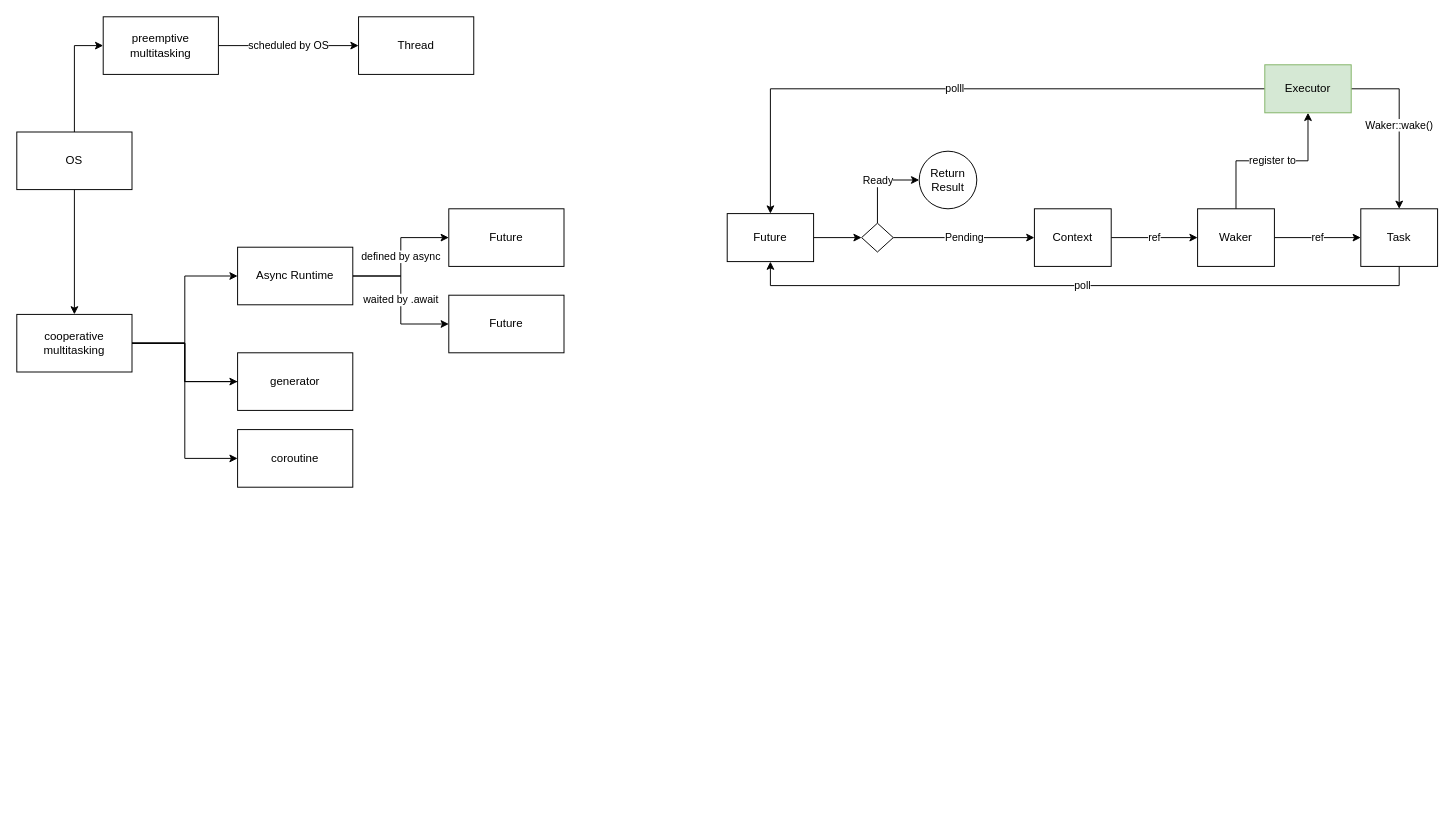
gftea/rust_lang_notes keeps this draw.io diagram as page "Concurrency" (7 of 8) of advanced.drawio. Above is the earlier version. Source tidied: cells renumbered, new cells numbered last; positions are measured from the earlier drawing's top-left corner, leaving out a move shared by most shapes. Both pictures are drawn from the tidied source at 96%, with x=0, y=0 at pixel (16, 16).
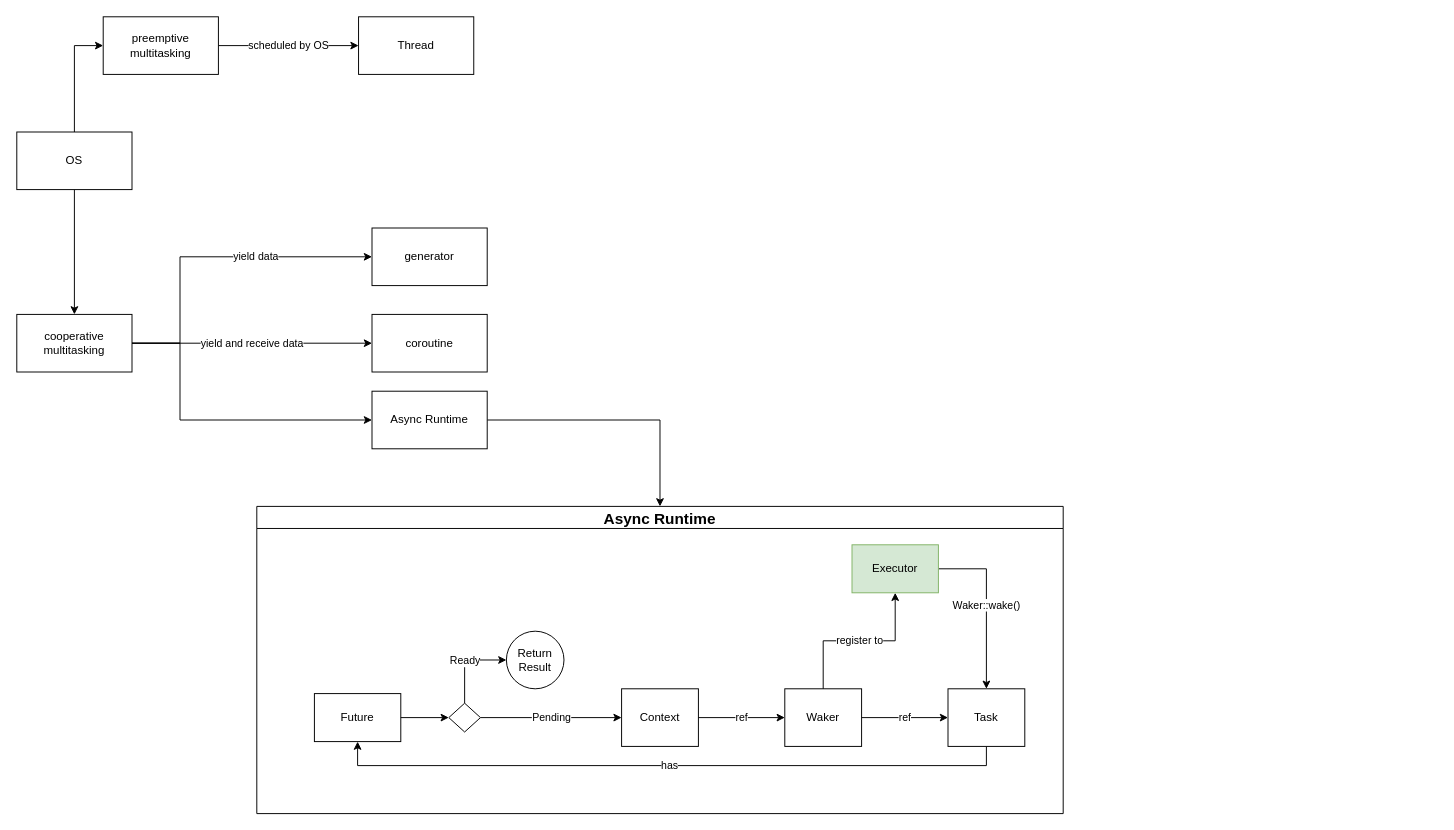
Above is the later version.

The change refers to these unchanged cells:
```xml
<mxCell id="17" value="cooperative multitasking" style="rounded=0;whiteSpace=wrap;html=1;" parent="1" vertex="1">
  <mxGeometry y="310" width="120" height="60" as="geometry" />
</mxCell>
```

What changed in the source:
```diff
@@
     <mxCell id="3" value="coroutine" style="rounded=0;whiteSpace=wrap;html=1;" parent="1" vertex="1">
-      <mxGeometry x="230" y="430" width="120" height="60" as="geometry" />
+      <mxGeometry x="370" y="310" width="120" height="60" as="geometry" />
     </mxCell>
-    <mxCell id="4" style="edgeStyle=orthogonalEdgeStyle;rounded=0;jettySize=auto;html=1;entryX=0;entryY=0.5;entryDx=0;entryDy=0;" parent="1" edge="1" source="5" target="30">
-      <mxGeometry relative="1" as="geometry" />
-    </mxCell>
-    <mxCell id="5" value="Future" style="rounded=0;whiteSpace=wrap;html=1;" parent="1" vertex="1">
-      <mxGeometry x="740" y="205" width="90" height="50" as="geometry" />
-    </mxCell>
@@
-    <mxCell id="11" value="defined by async" style="edgeStyle=orthogonalEdgeStyle;rounded=0;jettySize=auto;html=1;entryX=0;entryY=0.5;entryDx=0;entryDy=0;" parent="1" edge="1" source="13" target="32">
-      <mxGeometry relative="1" as="geometry" />
-    </mxCell>
-    <mxCell id="12" value="waited by .await" style="edgeStyle=orthogonalEdgeStyle;rounded=0;jettySize=auto;html=1;entryX=0;entryY=0.5;entryDx=0;entryDy=0;" parent="1" edge="1" source="13" target="20">
-      <mxGeometry relative="1" as="geometry" />
-    </mxCell>
+    <mxCell id="36" style="edgeStyle=orthogonalEdgeStyle;rounded=0;jettySize=auto;html=1;entryX=0.5;entryY=0;entryDx=0;entryDy=0;fontSize=16;exitX=1;exitY=0.5;exitDx=0;exitDy=0;" parent="1" edge="1" source="13" target="39">
+      <mxGeometry relative="1" as="geometry" />
+    </mxCell>
     <mxCell id="13" value="Async Runtime" style="rounded=0;whiteSpace=wrap;html=1;" parent="1" vertex="1">
-      <mxGeometry x="230" y="240" width="120" height="60" as="geometry" />
+      <mxGeometry x="370" y="390" width="120" height="60" as="geometry" />
     </mxCell>
-    <mxCell id="14" style="edgeStyle=orthogonalEdgeStyle;rounded=0;jettySize=auto;html=1;entryX=0;entryY=0.5;entryDx=0;entryDy=0;startArrow=none;exitX=1;exitY=0.5;exitDx=0;exitDy=0;" parent="1" edge="1" source="17" target="3">
+    <mxCell id="14" value="yield and receive data" style="edgeStyle=orthogonalEdgeStyle;rounded=0;jettySize=auto;html=1;entryX=0;entryY=0.5;entryDx=0;entryDy=0;startArrow=none;exitX=1;exitY=0.5;exitDx=0;exitDy=0;" parent="1" edge="1" source="17" target="3">
       <mxGeometry relative="1" as="geometry" />
     </mxCell>
-    <mxCell id="15" style="edgeStyle=orthogonalEdgeStyle;rounded=0;jettySize=auto;html=1;entryX=0;entryY=0.5;entryDx=0;entryDy=0;" parent="1" edge="1" source="17" target="18">
-      <mxGeometry relative="1" as="geometry" />
+    <mxCell id="15" value="yield data" style="edgeStyle=orthogonalEdgeStyle;rounded=0;jettySize=auto;html=1;entryX=0;entryY=0.5;entryDx=0;entryDy=0;" parent="1" edge="1" source="17" target="18">
+      <mxGeometry x="0.29" relative="1" as="geometry">
+        <Array as="points">
+          <mxPoint x="170" y="340" />
+          <mxPoint x="170" y="250" />
+        </Array>
+      </mxGeometry>
     </mxCell>
     <mxCell id="16" style="edgeStyle=orthogonalEdgeStyle;rounded=0;jettySize=auto;html=1;entryX=0;entryY=0.5;entryDx=0;entryDy=0;" parent="1" edge="1" source="17" target="13">
-      <mxGeometry relative="1" as="geometry" />
+      <mxGeometry relative="1" as="geometry">
+        <Array as="points">
+          <mxPoint x="170" y="340" />
+          <mxPoint x="170" y="420" />
+        </Array>
+      </mxGeometry>
     </mxCell>
@@
     <mxCell id="18" value="generator" style="rounded=0;whiteSpace=wrap;html=1;" parent="1" vertex="1">
-      <mxGeometry x="230" y="350" width="120" height="60" as="geometry" />
+      <mxGeometry x="370" y="220" width="120" height="60" as="geometry" />
     </mxCell>
-    <mxCell id="19" style="edgeStyle=orthogonalEdgeStyle;rounded=0;jettySize=auto;html=1;entryX=0;entryY=0.5;entryDx=0;entryDy=0;endArrow=none;" parent="1" edge="1" source="17" target="18">
-      <mxGeometry relative="1" as="geometry" />
-    </mxCell>
-    <mxCell id="20" value="Future" style="rounded=0;whiteSpace=wrap;html=1;" parent="1" vertex="1">
-      <mxGeometry x="450" y="290" width="120" height="60" as="geometry" />
-    </mxCell>
+    <mxCell id="37" style="group;" parent="1" vertex="1">
+      <mxGeometry x="240" y="510" width="860" height="320" as="geometry" />
+    </mxCell>
+    <mxCell id="38" style="group;" parent="37" vertex="1">
+      <mxGeometry x="70" y="40" width="740" height="210" as="geometry" />
+    </mxCell>
+    <mxCell id="5" value="Future" style="rounded=0;whiteSpace=wrap;html=1;" parent="38" vertex="1">
+      <mxGeometry y="155" width="90" height="50" as="geometry" />
+    </mxCell>
-    <mxCell id="21" value="poll" style="edgeStyle=orthogonalEdgeStyle;rounded=0;jettySize=auto;html=1;entryX=0.5;entryY=1;entryDx=0;entryDy=0;exitX=0.5;exitY=1;exitDx=0;exitDy=0;" parent="1" edge="1" source="27" target="5">
+    <mxCell id="21" value="has" style="edgeStyle=orthogonalEdgeStyle;rounded=0;jettySize=auto;html=1;entryX=0.5;entryY=1;entryDx=0;entryDy=0;exitX=0.5;exitY=1;exitDx=0;exitDy=0;" parent="38" edge="1" source="27" target="5">
       <mxGeometry relative="1" as="geometry" />
     </mxCell>
+    <mxCell id="23" value="Context" style="rounded=0;whiteSpace=wrap;html=1;" parent="38" vertex="1">
+      <mxGeometry x="320" y="150" width="80" height="60" as="geometry" />
+    </mxCell>
+    <mxCell id="26" value="Waker" style="rounded=0;whiteSpace=wrap;html=1;" parent="38" vertex="1">
+      <mxGeometry x="490" y="150" width="80" height="60" as="geometry" />
+    </mxCell>
-    <mxCell id="22" value="ref" style="edgeStyle=orthogonalEdgeStyle;rounded=0;jettySize=auto;html=1;" parent="1" edge="1" source="23" target="26">
+    <mxCell id="22" value="ref" style="edgeStyle=orthogonalEdgeStyle;rounded=0;jettySize=auto;html=1;" parent="38" edge="1" source="23" target="26">
       <mxGeometry relative="1" as="geometry" />
     </mxCell>
-    <mxCell id="23" value="Context" style="rounded=0;whiteSpace=wrap;html=1;" parent="1" vertex="1">
-      <mxGeometry x="1060" y="200" width="80" height="60" as="geometry" />
-    </mxCell>
+    <mxCell id="27" value="Task" style="rounded=0;whiteSpace=wrap;html=1;" parent="38" vertex="1">
+      <mxGeometry x="660" y="150" width="80" height="60" as="geometry" />
+    </mxCell>
-    <mxCell id="24" value="ref" style="edgeStyle=orthogonalEdgeStyle;rounded=0;jettySize=auto;html=1;" parent="1" edge="1" source="26" target="27">
+    <mxCell id="24" value="ref" style="edgeStyle=orthogonalEdgeStyle;rounded=0;jettySize=auto;html=1;" parent="38" edge="1" source="26" target="27">
       <mxGeometry relative="1" as="geometry" />
     </mxCell>
+    <mxCell id="28" value="Pending" style="edgeStyle=orthogonalEdgeStyle;rounded=0;jettySize=auto;html=1;entryX=0;entryY=0.5;entryDx=0;entryDy=0;" parent="38" edge="1" source="30" target="23">
+      <mxGeometry relative="1" as="geometry" />
+    </mxCell>
+    <mxCell id="30" style="rhombus;whiteSpace=wrap;html=1;" parent="38" vertex="1">
+      <mxGeometry x="140" y="165" width="33" height="30" as="geometry" />
+    </mxCell>
+    <mxCell id="4" style="edgeStyle=orthogonalEdgeStyle;rounded=0;jettySize=auto;html=1;entryX=0;entryY=0.5;entryDx=0;entryDy=0;" parent="38" edge="1" source="5" target="30">
+      <mxGeometry relative="1" as="geometry" />
+    </mxCell>
+    <mxCell id="31" value="Return Result" style="ellipse;whiteSpace=wrap;html=1;" parent="38" vertex="1">
+      <mxGeometry x="200" y="90" width="60" height="60" as="geometry" />
+    </mxCell>
+    <mxCell id="29" value="Ready" style="edgeStyle=orthogonalEdgeStyle;rounded=0;jettySize=auto;html=1;entryX=0;entryY=0.5;entryDx=0;entryDy=0;exitX=0.5;exitY=0;exitDx=0;exitDy=0;" parent="38" edge="1" source="30" target="31">
+      <mxGeometry relative="1" as="geometry" />
+    </mxCell>
+    <mxCell id="33" value="Waker::wake()" style="edgeStyle=orthogonalEdgeStyle;rounded=0;jettySize=auto;html=1;entryX=0.5;entryY=0;entryDx=0;entryDy=0;" parent="38" edge="1" source="35" target="27">
+      <mxGeometry relative="1" as="geometry" />
+    </mxCell>
+    <mxCell id="35" value="Executor" style="rounded=0;whiteSpace=wrap;html=1;fillColor=#d5e8d4;strokeColor=#82b366;" parent="38" vertex="1">
+      <mxGeometry x="560" width="90" height="50" as="geometry" />
+    </mxCell>
-    <mxCell id="25" value="register to" style="edgeStyle=orthogonalEdgeStyle;rounded=0;jettySize=auto;html=1;entryX=0.5;entryY=1;entryDx=0;entryDy=0;exitX=0.5;exitY=0;exitDx=0;exitDy=0;" parent="1" edge="1" source="26" target="35">
+    <mxCell id="25" value="register to" style="edgeStyle=orthogonalEdgeStyle;rounded=0;jettySize=auto;html=1;entryX=0.5;entryY=1;entryDx=0;entryDy=0;exitX=0.5;exitY=0;exitDx=0;exitDy=0;" parent="38" edge="1" source="26" target="35">
       <mxGeometry relative="1" as="geometry" />
     </mxCell>
-    <mxCell id="26" value="Waker" style="rounded=0;whiteSpace=wrap;html=1;" parent="1" vertex="1">
-      <mxGeometry x="1230" y="200" width="80" height="60" as="geometry" />
-    </mxCell>
-    <mxCell id="27" value="Task" style="rounded=0;whiteSpace=wrap;html=1;" parent="1" vertex="1">
-      <mxGeometry x="1400" y="200" width="80" height="60" as="geometry" />
-    </mxCell>
-    <mxCell id="28" value="Pending" style="edgeStyle=orthogonalEdgeStyle;rounded=0;jettySize=auto;html=1;entryX=0;entryY=0.5;entryDx=0;entryDy=0;" parent="1" edge="1" source="30" target="23">
-      <mxGeometry relative="1" as="geometry" />
-    </mxCell>
-    <mxCell id="29" value="Ready" style="edgeStyle=orthogonalEdgeStyle;rounded=0;jettySize=auto;html=1;entryX=0;entryY=0.5;entryDx=0;entryDy=0;exitX=0.5;exitY=0;exitDx=0;exitDy=0;" parent="1" edge="1" source="30" target="31">
-      <mxGeometry relative="1" as="geometry" />
-    </mxCell>
-    <mxCell id="30" style="rhombus;whiteSpace=wrap;html=1;" parent="1" vertex="1">
-      <mxGeometry x="880" y="215" width="33" height="30" as="geometry" />
-    </mxCell>
-    <mxCell id="31" value="Return Result" style="ellipse;whiteSpace=wrap;html=1;" parent="1" vertex="1">
-      <mxGeometry x="940" y="140" width="60" height="60" as="geometry" />
-    </mxCell>
-    <mxCell id="32" value="Future" style="rounded=0;whiteSpace=wrap;html=1;" parent="1" vertex="1">
-      <mxGeometry x="450" y="200" width="120" height="60" as="geometry" />
-    </mxCell>
-    <mxCell id="33" value="Waker::wake()" style="edgeStyle=orthogonalEdgeStyle;rounded=0;jettySize=auto;html=1;entryX=0.5;entryY=0;entryDx=0;entryDy=0;" parent="1" edge="1" source="35" target="27">
-      <mxGeometry relative="1" as="geometry" />
-    </mxCell>
-    <mxCell id="34" value="polll" style="edgeStyle=orthogonalEdgeStyle;rounded=0;jettySize=auto;html=1;entryX=0.5;entryY=0;entryDx=0;entryDy=0;" parent="1" edge="1" source="35" target="5">
-      <mxGeometry relative="1" as="geometry" />
-    </mxCell>
-    <mxCell id="35" value="Executor" style="rounded=0;whiteSpace=wrap;html=1;fillColor=#d5e8d4;strokeColor=#82b366;" parent="1" vertex="1">
-      <mxGeometry x="1300" y="50" width="90" height="50" as="geometry" />
-    </mxCell>
+    <mxCell id="39" value="Async Runtime" style="swimlane;fontSize=16;" parent="37" vertex="1">
+      <mxGeometry x="10" width="840" height="320" as="geometry" />
+    </mxCell>
```
